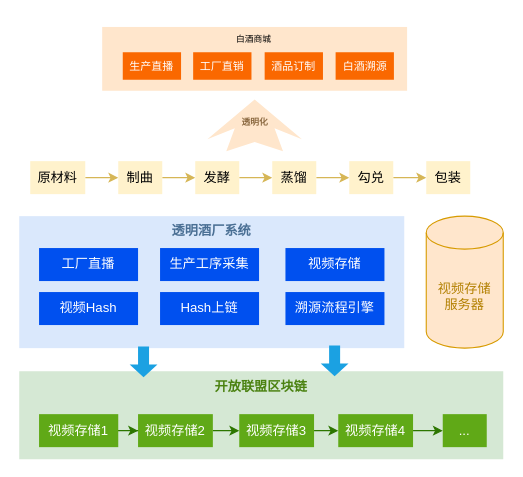
This is 白酒加工.drawio from ruopuzi/draw.io, a draw.io file, before an edit. Source tidied: cells renumbered, new cells numbered last; positions are measured from the earlier drawing's top-left corner, leaving out a move shared by most shapes. Both pictures are drawn from the tidied source at 110%, with x=0, y=0 at pixel (19, 26).
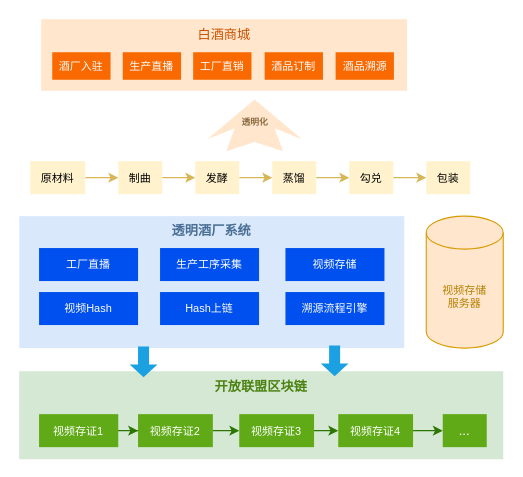
The same page after the edit.

Commit message (it also covers changes not shown here):
更新白酒加工.drawio

What changed in the source:
```diff
@@
-    <mxCell id="4" value="视频存储&lt;div&gt;服务器&lt;/div&gt;" style="shape=cylinder3;whiteSpace=wrap;html=1;boundedLbl=1;backgroundOutline=1;size=15;fillColor=#ffe6cc;strokeColor=#d79b00;fontColor=#B38002;" parent="1" vertex="1">
+    <mxCell id="4" value="视频存储&lt;div style=&quot;font-size: 10px;&quot;&gt;服务器&lt;/div&gt;" style="shape=cylinder3;whiteSpace=wrap;html=1;boundedLbl=1;backgroundOutline=1;size=15;fillColor=#ffe6cc;strokeColor=#d79b00;fontColor=#B38002;fontSize=10;" parent="1" vertex="1">
       <mxGeometry x="370" y="172" width="70" height="120" as="geometry" />
     </mxCell>
-    <mxCell id="5" value="工厂直播" style="rounded=0;whiteSpace=wrap;html=1;fillColor=#0050ef;strokeColor=none;fontColor=#ffffff;" parent="1" vertex="1">
+    <mxCell id="5" value="工厂直播" style="rounded=0;whiteSpace=wrap;html=1;fillColor=#0050ef;strokeColor=none;fontColor=#ffffff;fontSize=10;" parent="1" vertex="1">
       <mxGeometry x="18" y="201" width="90" height="30" as="geometry" />
     </mxCell>
-    <mxCell id="6" value="生产工序采集" style="rounded=0;whiteSpace=wrap;html=1;fillColor=#0050ef;strokeColor=none;fontColor=#ffffff;" parent="1" vertex="1">
+    <mxCell id="6" value="生产工序采集" style="rounded=0;whiteSpace=wrap;html=1;fillColor=#0050ef;strokeColor=none;fontColor=#ffffff;fontSize=10;" parent="1" vertex="1">
       <mxGeometry x="128" y="201" width="90" height="30" as="geometry" />
     </mxCell>
-    <mxCell id="7" value="视频存储" style="rounded=0;whiteSpace=wrap;html=1;fillColor=#0050ef;strokeColor=none;fontColor=#ffffff;" parent="1" vertex="1">
+    <mxCell id="7" value="视频存储" style="rounded=0;whiteSpace=wrap;html=1;fillColor=#0050ef;strokeColor=none;fontColor=#ffffff;fontSize=10;" parent="1" vertex="1">
       <mxGeometry x="242" y="201" width="90" height="30" as="geometry" />
     </mxCell>
-    <mxCell id="8" value="Hash上链" style="rounded=0;whiteSpace=wrap;html=1;fillColor=#0050ef;strokeColor=none;fontColor=#ffffff;" parent="1" vertex="1">
+    <mxCell id="8" value="Hash上链" style="rounded=0;whiteSpace=wrap;html=1;fillColor=#0050ef;strokeColor=none;fontColor=#ffffff;fontSize=10;" parent="1" vertex="1">
       <mxGeometry x="128" y="241" width="90" height="30" as="geometry" />
     </mxCell>
-    <mxCell id="9" value="溯源流程引擎" style="rounded=0;whiteSpace=wrap;html=1;fillColor=#0050ef;strokeColor=none;fontColor=#ffffff;" parent="1" vertex="1">
+    <mxCell id="9" value="溯源流程引擎" style="rounded=0;whiteSpace=wrap;html=1;fillColor=#0050ef;strokeColor=none;fontColor=#ffffff;fontSize=10;" parent="1" vertex="1">
       <mxGeometry x="242" y="241" width="90" height="30" as="geometry" />
     </mxCell>
-    <mxCell id="10" value="视频Hash" style="rounded=0;whiteSpace=wrap;html=1;fillColor=#0050ef;strokeColor=none;fontColor=#ffffff;" parent="1" vertex="1">
+    <mxCell id="10" value="视频Hash" style="rounded=0;whiteSpace=wrap;html=1;fillColor=#0050ef;strokeColor=none;fontColor=#ffffff;fontSize=10;" parent="1" vertex="1">
       <mxGeometry x="18" y="241" width="90" height="30" as="geometry" />
     </mxCell>
@@
-    <mxCell id="12" value="视频存储1" style="rounded=0;whiteSpace=wrap;html=1;fillColor=#60a917;strokeColor=none;fontColor=#ffffff;" parent="1" vertex="1">
+    <mxCell id="12" value="视频存证1" style="rounded=0;whiteSpace=wrap;html=1;fillColor=#60a917;strokeColor=none;fontColor=#ffffff;fontSize=10;" parent="1" vertex="1">
       <mxGeometry x="18" y="352" width="72" height="30" as="geometry" />
     </mxCell>
@@
-    <mxCell id="14" value="视频存储2" style="rounded=0;whiteSpace=wrap;html=1;fillColor=#60a917;strokeColor=none;fontColor=#ffffff;" parent="1" vertex="1">
+    <mxCell id="14" value="视频存证2" style="rounded=0;whiteSpace=wrap;html=1;fillColor=#60a917;strokeColor=none;fontColor=#ffffff;fontSize=10;" parent="1" vertex="1">
       <mxGeometry x="108" y="352" width="68" height="30" as="geometry" />
     </mxCell>
@@
-    <mxCell id="16" value="视频存储3" style="rounded=0;whiteSpace=wrap;html=1;fillColor=#60a917;strokeColor=none;fontColor=#ffffff;" parent="1" vertex="1">
+    <mxCell id="16" value="视频存证3" style="rounded=0;whiteSpace=wrap;html=1;fillColor=#60a917;strokeColor=none;fontColor=#ffffff;fontSize=10;" parent="1" vertex="1">
       <mxGeometry x="200" y="352" width="68" height="30" as="geometry" />
     </mxCell>
@@
-    <mxCell id="18" value="视频存储4" style="rounded=0;whiteSpace=wrap;html=1;fillColor=#60a917;strokeColor=none;fontColor=#ffffff;" parent="1" vertex="1">
+    <mxCell id="18" value="视频存证4" style="rounded=0;whiteSpace=wrap;html=1;fillColor=#60a917;strokeColor=none;fontColor=#ffffff;fontSize=10;" parent="1" vertex="1">
       <mxGeometry x="290" y="352" width="68" height="30" as="geometry" />
     </mxCell>
@@
-    <mxCell id="21" value="原材料" style="rounded=0;whiteSpace=wrap;html=1;fillColor=#fff2cc;strokeColor=none;" parent="1" vertex="1">
+    <mxCell id="21" value="原材料" style="rounded=0;whiteSpace=wrap;html=1;fillColor=#fff2cc;strokeColor=none;fontSize=10;" parent="1" vertex="1">
       <mxGeometry x="10" y="122" width="50" height="30" as="geometry" />
     </mxCell>
@@
-    <mxCell id="23" value="制曲" style="rounded=0;whiteSpace=wrap;html=1;fillColor=#fff2cc;strokeColor=none;" parent="1" vertex="1">
+    <mxCell id="23" value="制曲" style="rounded=0;whiteSpace=wrap;html=1;fillColor=#fff2cc;strokeColor=none;fontSize=10;" parent="1" vertex="1">
       <mxGeometry x="90" y="122" width="40" height="30" as="geometry" />
     </mxCell>
@@
-    <mxCell id="25" value="发酵" style="rounded=0;whiteSpace=wrap;html=1;fillColor=#fff2cc;strokeColor=none;" parent="1" vertex="1">
+    <mxCell id="25" value="发酵" style="rounded=0;whiteSpace=wrap;html=1;fillColor=#fff2cc;strokeColor=none;fontSize=10;" parent="1" vertex="1">
       <mxGeometry x="160" y="122" width="40" height="30" as="geometry" />
     </mxCell>
@@
-    <mxCell id="27" value="蒸馏" style="rounded=0;whiteSpace=wrap;html=1;fillColor=#fff2cc;strokeColor=none;" parent="1" vertex="1">
+    <mxCell id="27" value="蒸馏" style="rounded=0;whiteSpace=wrap;html=1;fillColor=#fff2cc;strokeColor=none;fontSize=10;" parent="1" vertex="1">
       <mxGeometry x="230" y="122" width="40" height="30" as="geometry" />
     </mxCell>
@@
-    <mxCell id="29" value="勾兑" style="rounded=0;whiteSpace=wrap;html=1;fillColor=#fff2cc;strokeColor=none;" parent="1" vertex="1">
+    <mxCell id="29" value="勾兑" style="rounded=0;whiteSpace=wrap;html=1;fillColor=#fff2cc;strokeColor=none;fontSize=10;" parent="1" vertex="1">
       <mxGeometry x="300" y="122" width="40" height="30" as="geometry" />
     </mxCell>
-    <mxCell id="30" value="包装" style="rounded=0;whiteSpace=wrap;html=1;fillColor=#fff2cc;strokeColor=none;" parent="1" vertex="1">
+    <mxCell id="30" value="包装" style="rounded=0;whiteSpace=wrap;html=1;fillColor=#fff2cc;strokeColor=none;fontSize=10;" parent="1" vertex="1">
       <mxGeometry x="370" y="122" width="40" height="30" as="geometry" />
     </mxCell>
@@
-    <mxCell id="34" value="白酒商城" style="rounded=0;whiteSpace=wrap;html=1;verticalAlign=top;fontSize=8;fillColor=#ffe6cc;strokeColor=none;" parent="1" vertex="1">
-      <mxGeometry x="75.4" width="277.2" height="58" as="geometry" />
+    <mxCell id="34" value="白酒商城" style="rounded=0;whiteSpace=wrap;html=1;verticalAlign=top;fontSize=12;fillColor=#ffe6cc;strokeColor=none;fontColor=#C75200;" parent="1" vertex="1">
+      <mxGeometry x="20" y="-7" width="332.6" height="65" as="geometry" />
     </mxCell>
@@
-    <mxCell id="38" value="白酒溯源" style="rounded=0;whiteSpace=wrap;html=1;fontSize=10;fillColor=#fa6800;fontColor=#FFFFFF;strokeColor=none;" parent="1" vertex="1">
+    <mxCell id="38" value="酒品溯源" style="rounded=0;whiteSpace=wrap;html=1;fontSize=10;fillColor=#fa6800;fontColor=#FFFFFF;strokeColor=none;" parent="1" vertex="1">
       <mxGeometry x="287.6" y="23" width="53" height="25" as="geometry" />
     </mxCell>
@@
+    <mxCell id="40" value="酒厂入驻" style="rounded=0;whiteSpace=wrap;html=1;fontSize=10;fillColor=#fa6800;fontColor=#FFFFFF;strokeColor=none;" parent="1" vertex="1">
+      <mxGeometry x="30" y="23" width="53" height="25" as="geometry" />
+    </mxCell>
```
